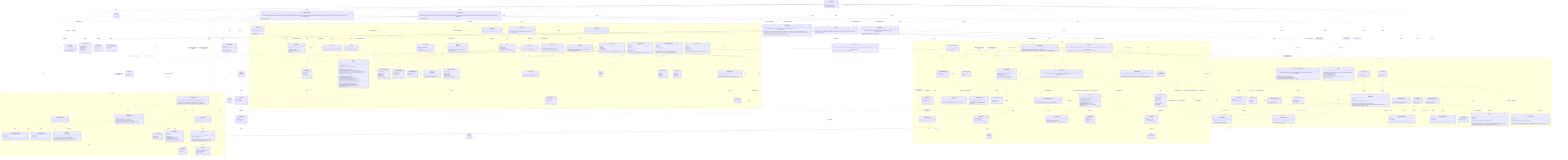
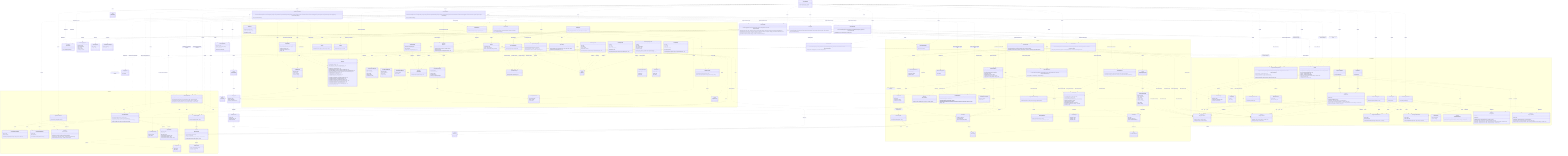
%% Authoritative, system-wide contract chart: every class and every relationship,
%% including the cross-domain interactions between modules.
%% For focused, per-domain views (intra-domain relationships only), see
%% docs/contracts/domains/ (one chart per domain + a README).
classDiagram
  direction TB

  class LicenseWizard {
    +LicenseWizard(args: string[])
    +run() Promise~Answer[]~
  }

  class IWizardMode {
    <<interface>>
    +run() Promise~Answer[]~
  }

  class InteractiveMode {
    +InteractiveMode(licenses: LicenseRepository, config: Config, manifests: ProjectManifestRepository, installer: LicenseInstaller, generator: LicenseGenerator, headers: HeaderApplier, renderer: IRenderer, reporter: IReporter, flags: WizardFlags)
    +run() Promise~Answer[]~
  }

  class NonInteractiveMode {
    +NonInteractiveMode(licenses: LicenseRepository, config: Config, manifests: ProjectManifestRepository, installer: LicenseInstaller, generator: LicenseGenerator, headers: HeaderApplier, reporter: IReporter, flags: WizardFlags, saveTargetByFlag: Record~string, string~)
    +run() Promise~Answer[]~
  }

  class VerifyMode {
    +VerifyMode(verifier: LicenseVerifier, headerVerifier: HeaderVerifier, config: Config, reporter: IReporter, strict: boolean)
    +run() Promise~Answer[]~
  }

  class WizardFlags {
    <<type>>
  }

  class HeaderApplier {
    +HeaderApplier(licenses: LicenseRepository, reader: IFileSystemReader, writer: IFileSystemWriter)
    +apply(licenseId: string, style: HeaderStyle, tokens: Record~string, string~, extraIgnores: string[]) Promise~HeaderApplyReport~
    +preview(licenseId: string, style: HeaderStyle, tokens: Record~string, string~, extraIgnores: string[]) Promise~HeaderPreview | null~
    +remove(extraIgnores: string[]) Promise~HeaderRemovalReport~
    +previewRemoval(extraIgnores: string[]) Promise~HeaderRemovalReport~
  }

  class HeaderApplyReport {
    +licenseId: string
    +style: HeaderStyle
    +total: number
    +written: number
    +unchanged: number
  }

  class HeaderPreview {
    +files: string[]
    +sample: string
  }

  class HeaderRemovalReport {
    +removed: string[]
    +total: number
  }

  class LicenseInstaller {
    +LicenseInstaller(config: Config, manifests: ProjectManifestRepository, generator: LicenseGenerator)
    +install(selection: LicenseSelection) Promise~void~
  }

  class LicenseVerifier {
    +LicenseVerifier(config: Config, manifests: ProjectManifestRepository, generator: LicenseGenerator, reader: IFileSystemReader)
    +verify(options: VerifyOptions) Promise~VerifyOutcome~
  }

  class LicenseSelection {
    +licenseId: string
    +tokens: Record~string, string~
    +save: ConfigSave
    +headers?: HeaderConfig
  }

  class ConfigSave {
    <<union>>
  }

  class VerifyOptions {
    +fix: boolean
  }

  class VerifyOutcome {
    <<union>>
  }

  class VerifyReport {
    +licenseId: string
    +license: DriftStatus
    +manifests: ManifestCheck[]
  }

  class ManifestCheck {
    +name: string
    +declared: string | null
    +status: DriftStatus
  }

  class DriftStatus {
    <<union>>
  }

  namespace CLI {
    class FlagParser {
      +FlagParser(flags: object)
      +parse(args: string[]) object
      +formatHelp() string
    }

    class Orchestrator {
      +Orchestrator(repository: QuestionRepository, renderer: IRenderer)
      +run() Promise~Answer[]~
    }

    class IRenderer {
      <<interface>>
      +render(question: Question) Promise~Answer~
      +onCancel() string
      +complete(summary: CompletionSummary) void
    }

    class CompletionSummary {
      +licenseId: string
      +customized: boolean
      +savedTo: string
      +manifests: string[]
      +headers?: CompletionHeaders
    }

    class CompletionHeaders {
      +style: HeaderStyle
      +written: number
      +total: number
    }

    class ProgressBar {
      +ProgressBar(label: string, out?: object)
      +start(total: number) void
      +update(done: number) void
      +stop() void
    }

    class ClackRenderer {
      +ClackRenderer(meta: object, spinner: Spinner)
    }

    class IReporter {
      <<interface>>
      +usage(options: string) void
      +tokens(licenseId: string, slots: TemplateSlot[]) void
      +generated(licenseId: string, savedTo: string) void
      +dryRun(report: DryRunReport) void
      +missingFields(licenseId: string, missing: TemplateSlot[]) void
      +unknownFields(licenseId: string, unknown: string[], slots: TemplateSlot[]) void
      +licenseNotFound(licenseId: string, suggestions: LicenseIndexEntry[]) void
      +verifyMatch(report: VerifyReport) void
      +verifyFixed(report: VerifyReport) void
      +verifyMismatch(report: VerifyReport) void
      +headersNoFiles(licenseId: string) void
      +headersGenerated(report: HeaderGenerateReport) void
      +headersDryRun(report: HeaderDryRunReport) void
      +headersRemoved(report: HeaderRemoveReport) void
      +headersRemoveDryRun(report: HeaderRemoveReport) void
      +headersVerifyMatch(report: HeaderVerifyReport) void
      +headersVerifyFixed(report: HeaderVerifyReport) void
      +headersVerifyMismatch(report: HeaderVerifyReport) void
      +error(message: string) void
    }

    class HeaderGenerateReport {
      +licenseId: string
      +style: HeaderStyle
      +total: number
      +written: number
      +unchanged: number
    }

    class HeaderDryRunReport {
      +licenseId: string
      +style: HeaderStyle
      +files: string[]
      +sample: string
    }

    class HeaderRemoveReport {
      +removed: string[]
      +total: number
    }

    class DryRunReport {
      +licenseId: string
      +content: string
      +save: ConfigSave
      +manifests: string[]
    }

    class MessageReporter {
      +MessageReporter(sink: IOutputSink)
    }

    class CliReporter {
      +CliReporter(programName: string, out?: object, err?: object)
    }

    class IOutputSink {
      <<interface>>
      +emit(message: OutputMessage) void
    }

    class StreamSink {
      +StreamSink(presenter: ReportPresenter, out?: object, err?: object)
      +emit(message: OutputMessage) void
    }

    class RecordingSink {
      +RecordingSink()
      +emit(message: OutputMessage) void
      +messages: OutputMessage[]
    }

    class ReportPresenter {
      +ReportPresenter(programName: string)
      +present(message: OutputMessage, options: object) string
    }

    class OutputMessage {
      <<union>>
    }

    class Banner {
      +buildBanner(meta: object, options: object) string
    }

    class Spinner {
      +start(handle: object) Function
    }

    class QuestionRepository {
      +QuestionRepository(questions: Question[])
      +getByIndex(index: number) Question | null
      +insertAt(index: number, questions: Question[]) void
    }

    class QuestionLifecycle {
      +inject(questions: Question[]) void
    }

    class Question {
      <<union>>
    }

    class TextQuestion {
      +id: string
      +text: string
      +type: "text"
      +defaultValue: string
+       +required?: boolean
      +onAnswer(answer: Answer, lifecycle: QuestionLifecycle) void
    }

    class ConfirmQuestion {
      +id: string
      +text: string
      +type: "confirm"
      +defaultValue: boolean
      +onAnswer(answer: Answer, lifecycle: QuestionLifecycle) void
    }

    class AutocompleteQuestion {
      +id: string
      +text: string
      +type: "autocomplete"
      +defaultValue: string
+       +required?: boolean
      +search(query: string) Promise~AutocompleteOption[]~
      +onAnswer(answer: Answer, lifecycle: QuestionLifecycle) void
    }

    class AutocompleteOption {
      +value: string
      +label: string
      +hint: string
    }

    class SelectQuestion {
      +id: string
      +text: string
      +type: "select"
      +options: SelectOption[]
      +defaultValue: string
      +onAnswer(answer: Answer, lifecycle: QuestionLifecycle) void
    }

    class SelectOption {
      +value: string
      +label: string
      +hint: string
    }

    class Answer {
      +questionId: string
      +value: string | boolean
      +fields: Record~string, string | boolean~
    }
  }

  namespace Licensing {
    class LicenseRepository {
      +LicenseRepository(source: ILicenseSource)
      +search(query: string) Promise~LicenseIndexEntry[]~
      +suggest(query: string, limit: number) Promise~LicenseIndexEntry[]~
      +getLicense(licenseId: string) Promise~LicenseDetail~
    }

    class LicenseRepositoryError {
      +name: string
      +cause: unknown
      +LicenseRepositoryError(message: string, cause?: unknown)
    }

    class LicenseNotFoundError {
      +name: string
      +licenseId: string
      +LicenseNotFoundError(licenseId: string)
    }

    class ILicenseSource {
      <<interface>>
      +search(query: string) Promise~LicenseIndexEntry[]~
      +suggest(query: string, limit: number) Promise~LicenseIndexEntry[]~
      +fetchLicense(licenseId: string) Promise~LicenseDetail~
    }

    class SpdxLicenseSource {
      +SpdxLicenseSource(ttlMs: number)
    }

    class LicenseIndexEntry {
      +licenseId: string
      +name: string
    }

    class LicenseDetail {
      +licenseId: string
      +name: string
      +licenseText: string
      +standardLicenseTemplate?: string
      +standardLicenseHeader?: string
      +standardLicenseHeaderTemplate?: string
    }

    class SpdxTemplate {
      <<abstract>>
      +SpdxTemplate(template: string)
      +slots() TemplateSlot[]
      +resolveSlots(entries: Map~string, string~) SlotResolution
      +render(values: Record~string, string~) string
    }

    class LicenseTemplate {
      +LicenseTemplate(template: string)
    }

    class TemplateSlot {
      +token: string
      +label: string
    }

    class SlotResolution {
      +values: Record~string, string~
      +missing: TemplateSlot[]
      +unknown: string[]
    }

    class LicenseGenerator {
      +LicenseGenerator(repository: LicenseRepository, writer: IFileSystemWriter)
      +generate(licenseId: string, slotValues?: Record~string, string~) Promise~void~
      +render(licenseId: string, slotValues?: Record~string, string~) Promise~string~
    }
  }

  namespace Configuration {
    class IFileSystemReader {
      <<interface>>
      +read(path: string) Promise~string~
      +exists(path: string) Promise~boolean~
    }

    class IFileSystemWriter {
      <<interface>>
      +write(path: string, content: string) Promise~void~
      +delete(path: string) Promise~void~
    }

    class NodeFileSystemReader {
      +NodeFileSystemReader()
    }

    class NodeFileSystemWriter {
      +NodeFileSystemWriter()
    }

    class FileSystemReaderError {
      +name: string
      +cause: unknown
      +FileSystemReaderError(message: string, cause?: unknown)
    }

    class FileSystemWriterError {
      +name: string
      +cause: unknown
      +FileSystemWriterError(message: string, cause?: unknown)
    }

    class WizardConfig {
      +licenseId: string
      +tokens?: Record~string, string~
      +headers?: HeaderConfig
    }

    class HeaderConfig {
      +style: HeaderStyle
+       +ignore?: string[]
+     }
+ 
+     class parseWizardConfig {
+       <<function>>
+       +parseWizardConfig(value: unknown, fileName: string) WizardConfig
    }

    class ConfigTarget {
      +id: string
      +label: string
    }

    class IConfigStore {
      <<interface>>
      +id: string
      +label: string
      +available(reader: IFileSystemReader) Promise~boolean~
      +read(reader: IFileSystemReader) Promise~WizardConfig | null~
      +write(reader: IFileSystemReader, writer: IFileSystemWriter, config: WizardConfig) Promise~void~
      +clear(reader: IFileSystemReader, writer: IFileSystemWriter) Promise~void~
    }

    class RcConfigStore {
      +RcConfigStore()
    }

    class ManifestConfigStore {
      +ManifestConfigStore(fileName: string)
    }

    class Config {
      +Config(stores: IConfigStore[], reader: IFileSystemReader, writer: IFileSystemWriter)
      +read() Promise~WizardConfig | null~
      +source() Promise~string | null~
      +targets() Promise~ConfigTarget[]~
      +write(config: WizardConfig, targetId: string) Promise~void~
      +clear() Promise~void~
      +clearHeaders() Promise~void~
    }

    class IProjectManifest {
      <<interface>>
      +name: string
      +exists(reader: IFileSystemReader) Promise~boolean~
      +readLicense(reader: IFileSystemReader) Promise~string | null~
      +writeLicense(reader: IFileSystemReader, writer: IFileSystemWriter, licenseId: string) Promise~void~
    }

    class JsonManifest {
      <<abstract>>
      +JsonManifest(fileName: string)
      +name: string
      +exists(reader: IFileSystemReader) Promise~boolean~
      +readLicense(reader: IFileSystemReader) Promise~string | null~
      +writeLicense(reader: IFileSystemReader, writer: IFileSystemWriter, licenseId: string) Promise~void~
      #extractLicenseId(value: unknown)* string | null
    }

    class NpmManifest {
      +NpmManifest()
    }

    class ComposerManifest {
      +ComposerManifest()
    }

    class ProjectManifestRepository {
      +ProjectManifestRepository(manifests: IProjectManifest[], reader: IFileSystemReader, writer: IFileSystemWriter)
      +readLicense() Promise~string | null~
      +writeLicense(licenseId: string) Promise~void~
      +declaredLicenses() Promise~ManifestLicense[]~
      +writeLicenseTo(name: string, licenseId: string) Promise~void~
    }

    class ManifestLicense {
      +name: string
      +licenseId: string | null
    }
  }

  namespace Headers {
    class HeaderPlan {
      +detail: LicenseDetail
      +style: HeaderStyle
      +tokens: Record~string, string~
    }

    class HeaderStyle {
      <<union>>
    }

    class HeaderRenderer {
      +HeaderRenderer(plan: HeaderPlan)
      +supportsFull(detail: LicenseDetail)$ boolean
+       +fullHeaderHasUnfilledPlaceholders(detail: LicenseDetail, tokens: Record~string, string~)$ boolean
      +body() string
    }

    class HeaderTemplate {
      +HeaderTemplate(template: string)
    }

    class HeaderComposer {
      +HeaderComposer(plan: HeaderPlan)
      +fingerprint() string
      +block(extension: string) string
      +hasManaged(content: string) boolean
      +apply(content: string, filePath: string) string
    }

    class SourceFileScanner {
      +SourceFileScanner(walker: IFileTreeWalker, reader: IFileSystemReader, matchers?: GitignoreMatcherFactory)
      +scan(options?: ScanOptions) Promise~string[]~
    }

    class ScanOptions {
      +root?: string
      +extensions?: string[]
      +extraIgnores?: string[]
    }

    class GitignoreMatcher {
      +GitignoreMatcher(patterns: string[])
      +ignores(path: string, isDirectory: boolean) boolean
    }

    class GitignoreMatcherFactory {
      +fromContent(content: string, extra?: string[]) GitignoreMatcher
    }

    class IFileTreeWalker {
      <<interface>>
      +walk(root: string, skipDirectory: Function) Promise~string[]~
    }

    class NodeFileTreeWalker {
      +NodeFileTreeWalker()
    }

    class HeaderInstaller {
      +HeaderInstaller(reader: IFileSystemReader, writer: IFileSystemWriter)
      +install(files: string[], plan: HeaderPlan, onProgress?: Function) Promise~HeaderInstallSummary~
    }

    class HeaderInstallSummary {
      +written: string[]
      +unchanged: string[]
+       +skipped: string[]
    }

    class SourceFile {
      +SourceFile(content: string, path: string)
      +extensionOf(path: string)$ string
      +commentStyleFor(extension: string)$ CommentStyle
      +hasManagedHeader() boolean
+       +canPlaceHeader() boolean
      +withoutManagedHeaders() SourceFile
      +withManagedHeader(block: string) SourceFile
      +toString() string
    }

    class CommentStyle {
      +blockStart: string
      +linePrefix: string
      +blockEnd: string
    }

    class HeaderRemover {
      +HeaderRemover(reader: IFileSystemReader, writer: IFileSystemWriter)
      +remove(files: string[], onProgress?: Function) Promise~HeaderRemoveSummary~
    }

    class HeaderRemoveSummary {
      +removed: string[]
      +total: number
    }

    class HeaderVerifier {
      +HeaderVerifier(scanner: SourceFileScanner, reader: IFileSystemReader, writer: IFileSystemWriter, licenses: LicenseRepository)
      +verify(config: WizardConfig, options: HeaderVerifyOptions) Promise~HeaderVerifyOutcome~
    }

    class HeaderVerifyOptions {
      +fix: boolean
    }

    class HeaderVerifyOutcome {
      <<union>>
    }

    class HeaderVerifyReport {
      +licenseId: string
      +style: HeaderStyle
      +total: number
      +matched: string[]
      +missing: string[]
      +drifted: HeaderDrift[]
      +fixed: string[]
+       +skipped: string[]
    }

    class HeaderDrift {
      +file: string
      +declares: object | null
      +reason: HeaderDriftReason
    }

    class HeaderDriftReason {
      <<union>>
    }
  }

  TextQuestion ..|> Question : member of
  ConfirmQuestion ..|> Question : member of
  AutocompleteQuestion ..|> Question : member of
  SelectQuestion ..|> Question : member of
  TextQuestion ..> QuestionLifecycle : onAnswer receives
  ConfirmQuestion ..> QuestionLifecycle : onAnswer receives
  AutocompleteQuestion ..> QuestionLifecycle : onAnswer receives
  SelectQuestion ..> QuestionLifecycle : onAnswer receives
  SelectQuestion ..> SelectOption : offers
  Orchestrator ..> QuestionLifecycle : creates
  ClackRenderer ..|> IRenderer : implements
  ClackRenderer ..> Spinner : uses
  ClackRenderer ..> Banner : renders
  IRenderer ..> CompletionSummary : renders
  ClackRenderer ..> CompletionSummary : renders
  MessageReporter ..|> IReporter : implements
  CliReporter --|> MessageReporter : terminal wiring
  MessageReporter ..> IOutputSink : emits to
  MessageReporter ..> OutputMessage : builds
  StreamSink ..|> IOutputSink : implements
  RecordingSink ..|> IOutputSink : implements
  StreamSink ..> ReportPresenter : renders with
  ReportPresenter ..> OutputMessage : renders
  CliReporter ..> StreamSink : wires
  CliReporter ..> ReportPresenter : wires
  MessageReporter ..> TemplateSlot : reads
  MessageReporter ..> VerifyReport : reads
  MessageReporter ..> DryRunReport : reads
  %% Composition root: LicenseWizard parses flags, builds the shared graph, and
  %% delegates each run to one of the three modes through IWizardMode.
  LicenseWizard ..> FlagParser : uses
  LicenseWizard ..> WizardFlags : parses
  LicenseWizard ..> CliReporter : creates
  LicenseWizard ..> IReporter : reports usage through
  LicenseWizard ..> ClackRenderer : creates
  LicenseWizard ..> SpdxLicenseSource : creates
  LicenseWizard ..> LicenseRepository : creates
  LicenseWizard ..> LicenseGenerator : creates
  LicenseWizard ..> LicenseInstaller : creates
  LicenseWizard ..> HeaderApplier : creates
  LicenseWizard ..> LicenseVerifier : creates
  LicenseWizard ..> IWizardMode : delegates the run to
  LicenseWizard ..> InteractiveMode : creates
  LicenseWizard ..> NonInteractiveMode : creates
  LicenseWizard ..> VerifyMode : creates
  InteractiveMode ..|> IWizardMode : implements
  NonInteractiveMode ..|> IWizardMode : implements
  VerifyMode ..|> IWizardMode : implements

  %% Interactive mode: the prompt-driven setup flow.
  InteractiveMode ..> ClackRenderer : renders through
  InteractiveMode ..> IRenderer : reports completion through
  InteractiveMode ..> Orchestrator : creates
  InteractiveMode ..> QuestionRepository : creates
  InteractiveMode ..> LicenseRepository : searches and resolves with
  InteractiveMode ..> LicenseTemplate : creates
  InteractiveMode ..> HeaderRenderer : checks full-header support with
  InteractiveMode ..> LicenseInstaller : applies selection through
  InteractiveMode ..> HeaderApplier : applies headers through
  InteractiveMode ..> LicenseGenerator : renders dry-run preview through
  InteractiveMode ..> Config : reads config and targets from
  InteractiveMode ..> ProjectManifestRepository : reads and reports manifests through
  InteractiveMode ..> IReporter : reports dry-run through
  InteractiveMode ..> LicenseSelection : builds
  InteractiveMode ..> DryRunReport : builds

  %% Non-interactive mode: flag-driven generation, apply-config, and removal.
  NonInteractiveMode ..> LicenseRepository : resolves and suggests with
  NonInteractiveMode ..> LicenseTemplate : creates
  NonInteractiveMode ..> HeaderRenderer : checks full-header support with
  NonInteractiveMode ..> LicenseInstaller : applies selection through
  NonInteractiveMode ..> HeaderApplier : applies headers through
  NonInteractiveMode ..> LicenseGenerator : renders dry-run preview through
  NonInteractiveMode ..> Config : reads config and clears headers through
  NonInteractiveMode ..> ProjectManifestRepository : reports manifests through
  NonInteractiveMode ..> IReporter : reports through
  NonInteractiveMode ..> LicenseSelection : builds
  NonInteractiveMode ..> DryRunReport : builds
  NonInteractiveMode ..> LicenseNotFoundError : handles

  %% Verify mode: LICENSE/manifest and source-header verification.
  VerifyMode ..> LicenseVerifier : verifies through
  VerifyMode ..> HeaderVerifier : verifies headers through
  VerifyMode ..> Config : reads config from
  VerifyMode ..> IReporter : reports through

  LicenseInstaller ..> Config : uses
  LicenseInstaller ..> ProjectManifestRepository : writes selection to
  LicenseInstaller ..> LicenseGenerator : uses
  LicenseInstaller ..> LicenseSelection : applies
  LicenseVerifier ..> Config : reads config from
  LicenseVerifier ..> ProjectManifestRepository : checks and reconciles manifests through
  LicenseVerifier ..> LicenseGenerator : re-renders and rewrites with
  LicenseVerifier ..> IFileSystemReader : reads LICENSE through
  LicenseVerifier ..> VerifyOptions : configured by
  LicenseVerifier ..> VerifyOutcome : returns
  VerifyOutcome ..> VerifyReport : carries
  VerifyReport ..> ManifestCheck : aggregates
  VerifyReport ..> DriftStatus : statuses by
  ManifestCheck ..> DriftStatus : status by
  ProjectManifestRepository ..> ManifestLicense : produces
  LicenseSelection ..> ConfigSave : has
  DryRunReport ..> ConfigSave : carries
  Orchestrator ..> QuestionRepository : gets questions from
  Orchestrator ..> IRenderer : feeds questions to
  ClackRenderer ..> Question : renders
  QuestionRepository ..> Question : produces
  AutocompleteQuestion ..> AutocompleteOption : search produces
  Orchestrator ..> Answer : collects
  SpdxLicenseSource ..|> ILicenseSource : implements
  LicenseRepository ..> ILicenseSource : uses
  LicenseRepository ..> LicenseIndexEntry : produces
  LicenseRepository ..> LicenseDetail : produces
  LicenseRepository ..> LicenseRepositoryError : throws
  LicenseRepository ..> LicenseNotFoundError : throws
  SpdxLicenseSource ..> LicenseNotFoundError : throws
  MessageReporter ..> LicenseIndexEntry : reads
  LicenseGenerator ..> LicenseRepository : uses
  LicenseGenerator ..> IFileSystemWriter : uses
  LicenseGenerator ..> LicenseTemplate : uses
  LicenseTemplate --|> SpdxTemplate : extends
  HeaderTemplate --|> SpdxTemplate : extends
  SpdxTemplate ..> TemplateSlot : produces
  SpdxTemplate ..> SlotResolution : produces
  NodeFileSystemReader ..|> IFileSystemReader : implements
  NodeFileSystemWriter ..|> IFileSystemWriter : implements
  NodeFileSystemReader ..> FileSystemReaderError : throws
  NodeFileSystemWriter ..> FileSystemWriterError : throws
  Config ..> IConfigStore : coordinates
  Config ..> IFileSystemReader : uses
  Config ..> IFileSystemWriter : uses
  Config ..> WizardConfig : produces
  Config ..> ConfigTarget : produces
  Config ..> FileSystemWriterError : throws
  RcConfigStore ..|> IConfigStore : implements
  ManifestConfigStore ..|> IConfigStore : implements
  RcConfigStore ..> IFileSystemReader : uses
  RcConfigStore ..> IFileSystemWriter : uses
  RcConfigStore ..> FileSystemReaderError : throws
  RcConfigStore ..> FileSystemWriterError : throws
  ManifestConfigStore ..> IFileSystemReader : uses
  ManifestConfigStore ..> IFileSystemWriter : uses
  ManifestConfigStore ..> FileSystemReaderError : throws
  ManifestConfigStore ..> FileSystemWriterError : throws
  JsonManifest ..|> IProjectManifest : implements
  NpmManifest --|> JsonManifest : extends
  ComposerManifest --|> JsonManifest : extends
  JsonManifest ..> IFileSystemReader : uses
  JsonManifest ..> IFileSystemWriter : uses
  JsonManifest ..> FileSystemReaderError : throws
  JsonManifest ..> FileSystemWriterError : throws
  ProjectManifestRepository ..> IProjectManifest : coordinates
  ProjectManifestRepository ..> IFileSystemReader : uses
  ProjectManifestRepository ..> IFileSystemWriter : uses
  LicenseWizard ..> NodeFileSystemReader : creates
  LicenseWizard ..> NodeFileSystemWriter : creates
  LicenseWizard ..> Config : creates
  LicenseWizard ..> RcConfigStore : creates
  LicenseWizard ..> ManifestConfigStore : creates
  LicenseWizard ..> NpmManifest : creates
  LicenseWizard ..> ComposerManifest : creates
  LicenseWizard ..> ProjectManifestRepository : creates
  LicenseWizard ..> HeaderVerifier : creates
  LicenseWizard ..> SourceFileScanner : creates
  LicenseWizard ..> NodeFileTreeWalker : creates
  %% HeaderApplier owns the source-file header surface for both write modes.
  HeaderApplier ..> SourceFileScanner : creates
  HeaderApplier ..> NodeFileTreeWalker : creates
  HeaderApplier ..> HeaderInstaller : creates
  HeaderApplier ..> HeaderInstaller : writes headers through
  HeaderApplier ..> HeaderRemover : creates
  HeaderApplier ..> HeaderRemover : removes headers through
  HeaderApplier ..> SourceFile : previews removal with
  HeaderApplier ..> HeaderComposer : previews header block with
  HeaderApplier ..> ProgressBar : drives header progress with
  HeaderApplier ..> HeaderPlan : builds
  HeaderApplier ..> LicenseRepository : fetches header detail through
  HeaderApplier ..> HeaderApplyReport : produces
  HeaderApplier ..> HeaderPreview : produces
  HeaderApplier ..> HeaderRemovalReport : produces
  MessageReporter ..> HeaderGenerateReport : reads
  MessageReporter ..> HeaderDryRunReport : reads
  MessageReporter ..> HeaderRemoveReport : reads
  MessageReporter ..> HeaderVerifyReport : reads
  MessageReporter ..> HeaderDrift : reduces drift from
  HeaderConfig ..> HeaderStyle : style by
  HeaderPlan ..> LicenseDetail : carries
  HeaderPlan ..> HeaderStyle : styled by
  HeaderRenderer ..> HeaderPlan : renders
  HeaderRenderer ..> HeaderTemplate : substitutes header template with
  HeaderComposer ..> HeaderPlan : composes
  HeaderComposer ..> HeaderRenderer : renders body with
  HeaderInstaller ..> HeaderComposer : applies header with
  HeaderInstaller ..> HeaderPlan : applies
  HeaderInstaller ..> IFileSystemReader : reads files through
  HeaderInstaller ..> IFileSystemWriter : writes files through
  HeaderInstaller ..> HeaderInstallSummary : produces
  HeaderRemover ..> SourceFile : strips header through
  HeaderRemover ..> IFileSystemReader : reads files through
  HeaderRemover ..> IFileSystemWriter : writes files through
  HeaderRemover ..> HeaderRemoveSummary : produces
  HeaderComposer ..> SourceFile : places header through
  SourceFile ..> CommentStyle : wraps with
  SourceFileScanner ..> SourceFile : derives extension with
  HeaderVerifier ..> SourceFileScanner : rediscovers files through
  HeaderVerifier ..> HeaderComposer : compares against
  HeaderVerifier ..> LicenseRepository : fetches header detail through
  HeaderVerifier ..> IFileSystemReader : reads files through
  HeaderVerifier ..> IFileSystemWriter : rewrites files through
  HeaderVerifier ..> WizardConfig : verifies against
  HeaderVerifier ..> HeaderVerifyOptions : configured by
  HeaderVerifier ..> HeaderVerifyOutcome : returns
  HeaderVerifyOutcome ..> HeaderVerifyReport : carries
  HeaderVerifyReport ..> HeaderDrift : details drift by
  HeaderDrift ..> HeaderDriftReason : explained by
  HeaderVerifier ..> HeaderDrift : classifies drift into
  SourceFileScanner ..> IFileTreeWalker : walks with
  SourceFileScanner ..> IFileSystemReader : reads .gitignore through
  SourceFileScanner ..> GitignoreMatcherFactory : builds matchers with
  SourceFileScanner ..> GitignoreMatcher : filters with
  SourceFileScanner ..> ScanOptions : configured by
  GitignoreMatcherFactory ..> GitignoreMatcher : creates
  NodeFileTreeWalker ..|> IFileTreeWalker : implements
  ClackRenderer ..> CompletionHeaders : renders
  CompletionSummary ..> CompletionHeaders : carries
